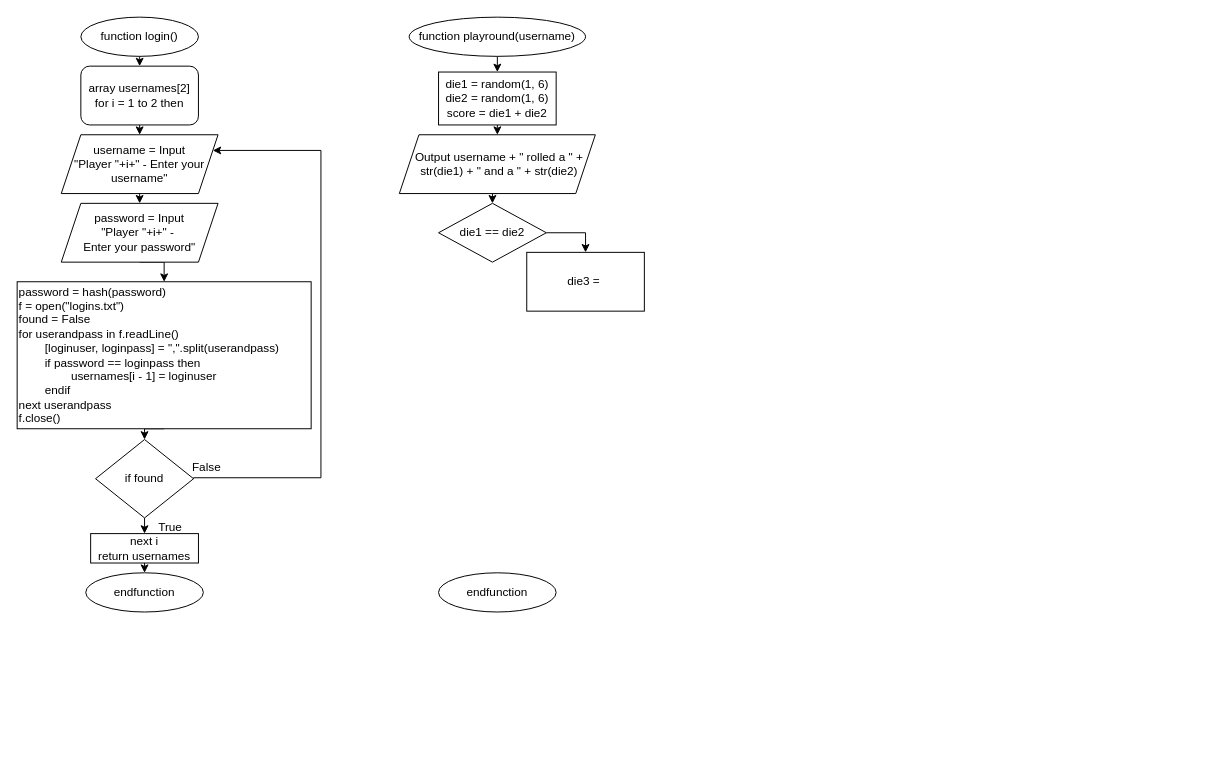
tpguy825/draw.io keeps this draw.io diagram as flowchart.drawio. Above is the earlier version. Source tidied: cells renumbered, new cells numbered last; positions are measured from the earlier drawing's top-left corner, leaving out a move shared by most shapes. Both pictures are drawn from the tidied source at 98%, with x=0, y=0 at pixel (17, 17).
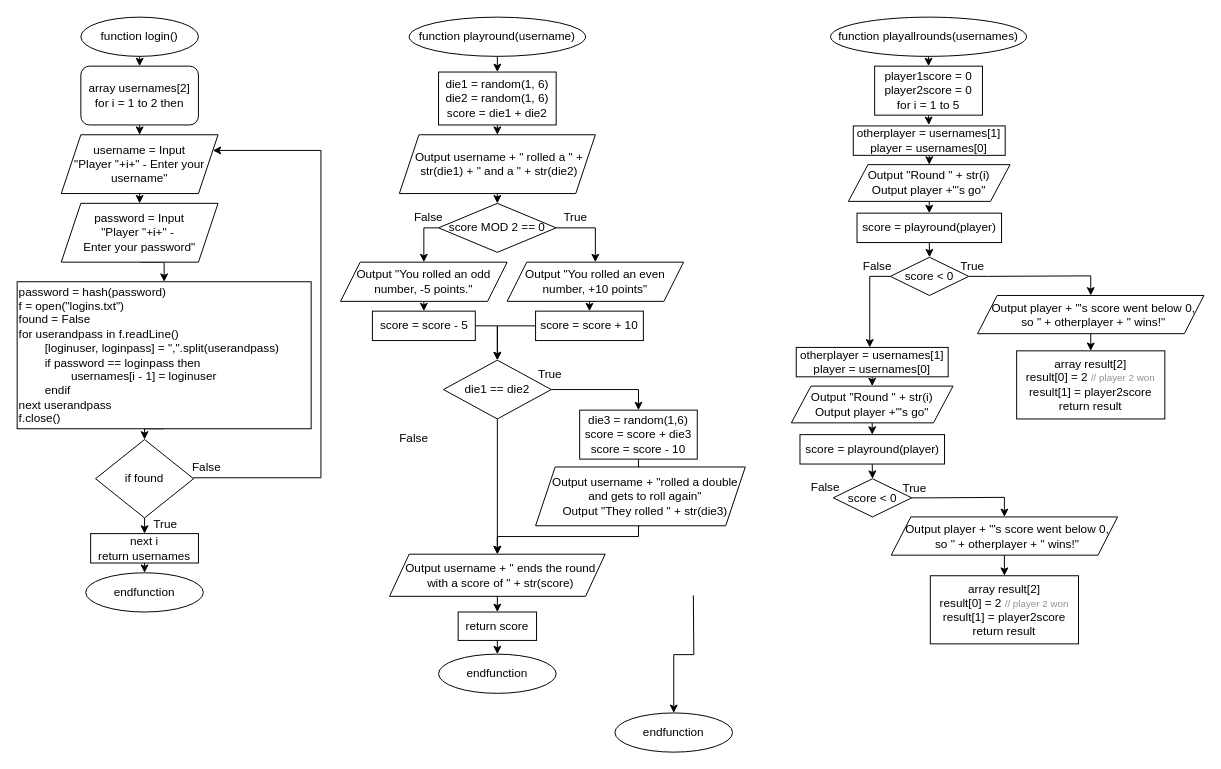
Above is the later version.

Unchanged cells that the change refers to:
```xml
<mxCell id="31" value="Output username + &quot; rolled a &quot; + str(die1) + &quot; and a &quot; + str(die2)" style="shape=parallelogram;perimeter=parallelogramPerimeter;whiteSpace=wrap;html=1;fixedSize=1;spacingLeft=4;" parent="1" vertex="1">
  <mxGeometry x="390" y="120" width="200" height="60" as="geometry" />
</mxCell>
```

Diff of the diagram source:
```diff
@@
     <mxCell id="19" value="True" style="text;html=1;align=center;verticalAlign=middle;strokeColor=none;fillColor=none;" parent="1" vertex="1">
-      <mxGeometry x="131" y="506" width="50" height="30" as="geometry" />
+      <mxGeometry x="126" y="503" width="50" height="30" as="geometry" />
     </mxCell>
@@
     <mxCell id="26" value="endfunction" style="ellipse;whiteSpace=wrap;html=1;" parent="1" vertex="1">
-      <mxGeometry x="430" y="567" width="120" height="40" as="geometry" />
+      <mxGeometry x="430" y="650" width="120" height="40" as="geometry" />
     </mxCell>
@@
-    <mxCell id="30" style="edgeStyle=orthogonalEdgeStyle;rounded=0;jettySize=auto;html=1;exitX=0.5;exitY=1;exitDx=0;exitDy=0;entryX=0.5;entryY=0;entryDx=0;entryDy=0;" parent="1" edge="1" source="31" target="33">
-      <mxGeometry relative="1" as="geometry" />
-    </mxCell>
+    <mxCell id="35" style="edgeStyle=orthogonalEdgeStyle;rounded=0;jettySize=auto;html=1;exitX=0.5;exitY=1;exitDx=0;exitDy=0;entryX=0.5;entryY=0;entryDx=0;entryDy=0;" parent="1" edge="1" source="31" target="43">
+      <mxGeometry relative="1" as="geometry" />
+    </mxCell>
@@
-    <mxCell id="32" style="edgeStyle=orthogonalEdgeStyle;rounded=0;jettySize=auto;html=1;exitX=1;exitY=0.5;exitDx=0;exitDy=0;" parent="1" edge="1" source="33" target="34">
+    <mxCell id="32" style="edgeStyle=orthogonalEdgeStyle;rounded=0;jettySize=auto;html=1;exitX=1;exitY=0.5;exitDx=0;exitDy=0;entryX=0.5;entryY=0;entryDx=0;entryDy=0;" parent="1" edge="1" source="33" target="34">
       <mxGeometry relative="1" as="geometry" />
     </mxCell>
+    <mxCell id="36" style="edgeStyle=orthogonalEdgeStyle;rounded=0;jettySize=auto;html=1;exitX=0.5;exitY=1;exitDx=0;exitDy=0;" parent="1" edge="1" source="33" target="56">
+      <mxGeometry relative="1" as="geometry" />
+    </mxCell>
     <mxCell id="33" value="die1 == die2" style="rhombus;whiteSpace=wrap;html=1;" parent="1" vertex="1">
-      <mxGeometry x="430" y="190" width="110" height="60" as="geometry" />
+      <mxGeometry x="435" y="350" width="110" height="60" as="geometry" />
     </mxCell>
+    <mxCell id="37" style="edgeStyle=orthogonalEdgeStyle;rounded=0;jettySize=auto;html=1;exitX=0.5;exitY=1;exitDx=0;exitDy=0;" parent="1" edge="1" source="34" target="39">
+      <mxGeometry relative="1" as="geometry" />
+    </mxCell>
-    <mxCell id="34" value="die3 =&amp;nbsp;" style="rounded=0;whiteSpace=wrap;html=1;" parent="1" vertex="1">
-      <mxGeometry x="520" y="240" width="120" height="60" as="geometry" />
+    <mxCell id="34" value="die3 = random(1,6)&lt;br&gt;score = score + die3&lt;br&gt;score = score - 10" style="rounded=0;whiteSpace=wrap;html=1;" parent="1" vertex="1">
+      <mxGeometry x="574" y="401" width="120" height="50" as="geometry" />
     </mxCell>
+    <mxCell id="38" style="edgeStyle=orthogonalEdgeStyle;rounded=0;jettySize=auto;html=1;exitX=0.5;exitY=1;exitDx=0;exitDy=0;entryX=0.5;entryY=0;entryDx=0;entryDy=0;" parent="1" edge="1" source="39" target="56">
+      <mxGeometry relative="1" as="geometry">
+        <Array as="points">
+          <mxPoint x="634" y="530" />
+          <mxPoint x="490" y="530" />
+        </Array>
+      </mxGeometry>
+    </mxCell>
+    <mxCell id="39" value="Output username + &quot;rolled a double and gets to roll again&quot;&lt;br&gt;Output &quot;They rolled &quot; + str(die3)" style="shape=parallelogram;perimeter=parallelogramPerimeter;whiteSpace=wrap;html=1;fixedSize=1;size=20;spacingLeft=10;direction=east;" parent="1" vertex="1">
+      <mxGeometry x="529" y="459" width="214" height="60" as="geometry" />
+    </mxCell>
+    <mxCell id="40" value="True" style="text;html=1;strokeColor=none;fillColor=none;align=center;verticalAlign=middle;whiteSpace=wrap;rounded=0;" parent="1" vertex="1">
+      <mxGeometry x="514" y="350" width="60" height="30" as="geometry" />
+    </mxCell>
+    <mxCell id="41" style="edgeStyle=orthogonalEdgeStyle;rounded=0;jettySize=auto;html=1;exitX=0;exitY=0.5;exitDx=0;exitDy=0;entryX=0.5;entryY=0;entryDx=0;entryDy=0;" parent="1" edge="1" source="43" target="45">
+      <mxGeometry relative="1" as="geometry" />
+    </mxCell>
+    <mxCell id="42" style="edgeStyle=orthogonalEdgeStyle;rounded=0;jettySize=auto;html=1;exitX=1;exitY=0.5;exitDx=0;exitDy=0;" parent="1" edge="1" source="43" target="48">
+      <mxGeometry relative="1" as="geometry" />
+    </mxCell>
+    <mxCell id="43" value="score MOD 2 == 0" style="rhombus;whiteSpace=wrap;html=1;" parent="1" vertex="1">
+      <mxGeometry x="430" y="190" width="120" height="50" as="geometry" />
+    </mxCell>
+    <mxCell id="44" style="edgeStyle=orthogonalEdgeStyle;rounded=0;jettySize=auto;html=1;exitX=0.5;exitY=1;exitDx=0;exitDy=0;entryX=0.5;entryY=0;entryDx=0;entryDy=0;" parent="1" edge="1" source="45" target="51">
+      <mxGeometry relative="1" as="geometry" />
+    </mxCell>
+    <mxCell id="45" value="Output &quot;You rolled an odd number, -5 points.&quot;" style="shape=parallelogram;perimeter=parallelogramPerimeter;whiteSpace=wrap;html=1;fixedSize=1;" parent="1" vertex="1">
+      <mxGeometry x="330" y="250" width="170" height="40" as="geometry" />
+    </mxCell>
+    <mxCell id="46" value="False" style="text;html=1;strokeColor=none;fillColor=none;align=center;verticalAlign=middle;whiteSpace=wrap;rounded=0;" parent="1" vertex="1">
+      <mxGeometry x="390" y="190" width="60" height="30" as="geometry" />
+    </mxCell>
+    <mxCell id="47" style="edgeStyle=orthogonalEdgeStyle;rounded=0;jettySize=auto;html=1;exitX=0.5;exitY=1;exitDx=0;exitDy=0;entryX=0.5;entryY=0;entryDx=0;entryDy=0;" parent="1" edge="1" source="48" target="53">
+      <mxGeometry relative="1" as="geometry" />
+    </mxCell>
+    <mxCell id="48" value="Output &quot;You rolled an even number, +10 points&quot;" style="shape=parallelogram;perimeter=parallelogramPerimeter;whiteSpace=wrap;html=1;fixedSize=1;" parent="1" vertex="1">
+      <mxGeometry x="500" y="250" width="180" height="40" as="geometry" />
+    </mxCell>
+    <mxCell id="49" value="True" style="text;html=1;strokeColor=none;fillColor=none;align=center;verticalAlign=middle;whiteSpace=wrap;rounded=0;" parent="1" vertex="1">
+      <mxGeometry x="540" y="190" width="60" height="30" as="geometry" />
+    </mxCell>
+    <mxCell id="50" style="edgeStyle=orthogonalEdgeStyle;rounded=0;jettySize=auto;html=1;exitX=1;exitY=0.5;exitDx=0;exitDy=0;entryX=0.5;entryY=0;entryDx=0;entryDy=0;" parent="1" edge="1" source="51" target="33">
+      <mxGeometry relative="1" as="geometry" />
+    </mxCell>
+    <mxCell id="51" value="score = score - 5" style="rounded=0;whiteSpace=wrap;html=1;" parent="1" vertex="1">
+      <mxGeometry x="362.5" y="300" width="105" height="30" as="geometry" />
+    </mxCell>
+    <mxCell id="52" style="edgeStyle=orthogonalEdgeStyle;rounded=0;jettySize=auto;html=1;exitX=0;exitY=0.5;exitDx=0;exitDy=0;entryX=0.5;entryY=0;entryDx=0;entryDy=0;" parent="1" edge="1" source="53" target="33">
+      <mxGeometry relative="1" as="geometry" />
+    </mxCell>
+    <mxCell id="53" value="score = score + 10" style="rounded=0;whiteSpace=wrap;html=1;" parent="1" vertex="1">
+      <mxGeometry x="529" y="300" width="110" height="30" as="geometry" />
+    </mxCell>
+    <mxCell id="54" value="False" style="text;html=1;strokeColor=none;fillColor=none;align=center;verticalAlign=middle;whiteSpace=wrap;rounded=0;" parent="1" vertex="1">
+      <mxGeometry x="375" y="415" width="60" height="30" as="geometry" />
+    </mxCell>
+    <mxCell id="55" style="edgeStyle=orthogonalEdgeStyle;rounded=0;jettySize=auto;html=1;exitX=0.5;exitY=1;exitDx=0;exitDy=0;entryX=0.5;entryY=0;entryDx=0;entryDy=0;" parent="1" edge="1" source="56" target="58">
+      <mxGeometry relative="1" as="geometry" />
+    </mxCell>
+    <mxCell id="56" value="Output username + &quot; ends the round with a score of &quot; + str(score)" style="shape=parallelogram;perimeter=parallelogramPerimeter;whiteSpace=wrap;html=1;fixedSize=1;spacingLeft=7;" parent="1" vertex="1">
+      <mxGeometry x="380" y="548" width="220" height="43" as="geometry" />
+    </mxCell>
+    <mxCell id="57" style="edgeStyle=orthogonalEdgeStyle;rounded=0;jettySize=auto;html=1;exitX=0.5;exitY=1;exitDx=0;exitDy=0;entryX=0.5;entryY=0;entryDx=0;entryDy=0;" parent="1" edge="1" source="58" target="26">
+      <mxGeometry relative="1" as="geometry" />
+    </mxCell>
+    <mxCell id="58" value="return score" style="rounded=0;whiteSpace=wrap;html=1;" parent="1" vertex="1">
+      <mxGeometry x="450" y="607" width="80" height="29" as="geometry" />
+    </mxCell>
+    <mxCell id="59" style="edgeStyle=orthogonalEdgeStyle;rounded=0;jettySize=auto;html=1;exitX=0.5;exitY=1;exitDx=0;exitDy=0;entryX=0.5;entryY=0;entryDx=0;entryDy=0;" parent="1" edge="1" source="60" target="64">
+      <mxGeometry relative="1" as="geometry" />
+    </mxCell>
+    <mxCell id="60" value="function playallrounds(usernames)" style="ellipse;whiteSpace=wrap;html=1;" parent="1" vertex="1">
+      <mxGeometry x="830" width="200" height="40" as="geometry" />
+    </mxCell>
+    <mxCell id="61" value="endfunction" style="ellipse;whiteSpace=wrap;html=1;" parent="1" vertex="1">
+      <mxGeometry x="610" y="710" width="120" height="40" as="geometry" />
+    </mxCell>
+    <mxCell id="62" style="edgeStyle=orthogonalEdgeStyle;rounded=0;jettySize=auto;html=1;exitX=0.5;exitY=1;exitDx=0;exitDy=0;entryX=0.5;entryY=0;entryDx=0;entryDy=0;" parent="1" edge="1" target="67">
+      <mxGeometry relative="1" as="geometry">
+        <mxPoint x="931" y="111" as="sourcePoint" />
+      </mxGeometry>
+    </mxCell>
+    <mxCell id="63" style="edgeStyle=orthogonalEdgeStyle;rounded=0;jettySize=auto;html=1;exitX=0.5;exitY=1;exitDx=0;exitDy=0;" parent="1" edge="1" source="64">
+      <mxGeometry relative="1" as="geometry">
+        <mxPoint x="930.3" y="110" as="targetPoint" />
+      </mxGeometry>
+    </mxCell>
+    <mxCell id="64" value="player1score = 0&lt;br&gt;player2score = 0&lt;br&gt;for i = 1 to 5" style="rounded=0;whiteSpace=wrap;html=1;" parent="1" vertex="1">
+      <mxGeometry x="875" y="50" width="110" height="50" as="geometry" />
+    </mxCell>
+    <mxCell id="65" style="edgeStyle=orthogonalEdgeStyle;rounded=0;jettySize=auto;html=1;entryX=0.5;entryY=0;entryDx=0;entryDy=0;" parent="1" edge="1" target="61">
+      <mxGeometry relative="1" as="geometry">
+        <mxPoint x="690" y="590" as="sourcePoint" />
+      </mxGeometry>
+    </mxCell>
+    <mxCell id="66" style="edgeStyle=orthogonalEdgeStyle;rounded=0;jettySize=auto;html=1;exitX=0.5;exitY=1;exitDx=0;exitDy=0;entryX=0.5;entryY=0;entryDx=0;entryDy=0;" parent="1" edge="1" source="67" target="69">
+      <mxGeometry relative="1" as="geometry" />
+    </mxCell>
+    <mxCell id="67" value="otherplayer = usernames[1]&lt;br&gt;player = usernames[0]" style="rounded=0;whiteSpace=wrap;html=1;align=center;" parent="1" vertex="1">
+      <mxGeometry x="853.2" y="111" width="155" height="30" as="geometry" />
+    </mxCell>
+    <mxCell id="68" style="edgeStyle=orthogonalEdgeStyle;rounded=0;jettySize=auto;html=1;exitX=0.5;exitY=1;exitDx=0;exitDy=0;entryX=0.5;entryY=0;entryDx=0;entryDy=0;" parent="1" edge="1" source="69" target="71">
+      <mxGeometry relative="1" as="geometry" />
+    </mxCell>
+    <mxCell id="69" value="Output &quot;Round &quot; + str(i)&lt;br&gt;Output player +&quot;'s go&quot;" style="shape=parallelogram;perimeter=parallelogramPerimeter;whiteSpace=wrap;html=1;fixedSize=1;rounded=0;" parent="1" vertex="1">
+      <mxGeometry x="848.2" y="150.5" width="165" height="37.5" as="geometry" />
+    </mxCell>
+    <mxCell id="70" style="edgeStyle=orthogonalEdgeStyle;rounded=0;jettySize=auto;html=1;exitX=0.5;exitY=1;exitDx=0;exitDy=0;entryX=0.5;entryY=0;entryDx=0;entryDy=0;" parent="1" edge="1" source="71" target="74">
+      <mxGeometry relative="1" as="geometry" />
+    </mxCell>
+    <mxCell id="71" value="score = playround(player)" style="whiteSpace=wrap;html=1;rounded=0;" parent="1" vertex="1">
+      <mxGeometry x="857" y="200" width="147.5" height="30" as="geometry" />
+    </mxCell>
+    <mxCell id="72" style="edgeStyle=orthogonalEdgeStyle;rounded=0;jettySize=auto;html=1;exitX=1;exitY=0.5;exitDx=0;exitDy=0;entryX=0.5;entryY=0;entryDx=0;entryDy=0;" parent="1" edge="1" source="74" target="76">
+      <mxGeometry relative="1" as="geometry" />
+    </mxCell>
+    <mxCell id="73" style="edgeStyle=orthogonalEdgeStyle;rounded=0;jettySize=auto;html=1;exitX=0;exitY=0.5;exitDx=0;exitDy=0;" parent="1" edge="1" source="74" target="82">
+      <mxGeometry relative="1" as="geometry">
+        <Array as="points">
+          <mxPoint x="870" y="265" />
+        </Array>
+      </mxGeometry>
+    </mxCell>
+    <mxCell id="74" value="score &amp;lt; 0" style="rhombus;whiteSpace=wrap;html=1;" parent="1" vertex="1">
+      <mxGeometry x="891" y="245" width="80" height="39" as="geometry" />
+    </mxCell>
+    <mxCell id="75" style="edgeStyle=orthogonalEdgeStyle;rounded=0;jettySize=auto;html=1;exitX=0.5;exitY=1;exitDx=0;exitDy=0;entryX=0.5;entryY=0;entryDx=0;entryDy=0;" parent="1" edge="1" source="76" target="77">
+      <mxGeometry relative="1" as="geometry" />
+    </mxCell>
+    <mxCell id="76" value="Output player + &quot;'s score went below 0, so &quot; + otherplayer + &quot; wins!&quot;" style="shape=parallelogram;perimeter=parallelogramPerimeter;whiteSpace=wrap;html=1;fixedSize=1;spacingLeft=6;" parent="1" vertex="1">
+      <mxGeometry x="980" y="284" width="231" height="39" as="geometry" />
+    </mxCell>
+    <mxCell id="77" value="array result[2]&lt;br&gt;result[0] = 2 &lt;font color=&quot;#919191&quot; style=&quot;font-size: 10px;&quot;&gt;// player 2 won&lt;/font&gt;&lt;br&gt;result[1] = player2score&lt;br&gt;return result" style="rounded=0;whiteSpace=wrap;html=1;" parent="1" vertex="1">
+      <mxGeometry x="1019.9" y="340.5" width="151.2" height="69.5" as="geometry" />
+    </mxCell>
+    <mxCell id="78" value="True" style="text;html=1;strokeColor=none;fillColor=none;align=center;verticalAlign=middle;whiteSpace=wrap;rounded=0;" parent="1" vertex="1">
+      <mxGeometry x="944.5" y="240" width="60" height="30" as="geometry" />
+    </mxCell>
+    <mxCell id="79" value="False" style="text;html=1;strokeColor=none;fillColor=none;align=center;verticalAlign=middle;whiteSpace=wrap;rounded=0;" parent="1" vertex="1">
+      <mxGeometry x="848.2" y="240" width="60" height="30" as="geometry" />
+    </mxCell>
+    <mxCell id="80" style="edgeStyle=orthogonalEdgeStyle;rounded=0;jettySize=auto;html=1;exitX=0.5;exitY=1;exitDx=0;exitDy=0;entryX=0.5;entryY=0;entryDx=0;entryDy=0;" parent="1" edge="1" target="82">
+      <mxGeometry relative="1" as="geometry">
+        <mxPoint x="872.8" y="337" as="sourcePoint" />
+      </mxGeometry>
+    </mxCell>
+    <mxCell id="81" style="edgeStyle=orthogonalEdgeStyle;rounded=0;jettySize=auto;html=1;exitX=0.5;exitY=1;exitDx=0;exitDy=0;entryX=0.5;entryY=0;entryDx=0;entryDy=0;" parent="1" edge="1" source="82" target="84">
+      <mxGeometry relative="1" as="geometry" />
+    </mxCell>
+    <mxCell id="82" value="otherplayer = usernames[1]&lt;br&gt;player = usernames[0]" style="rounded=0;whiteSpace=wrap;html=1;align=center;" parent="1" vertex="1">
+      <mxGeometry x="795" y="337" width="155" height="30" as="geometry" />
+    </mxCell>
+    <mxCell id="83" style="edgeStyle=orthogonalEdgeStyle;rounded=0;jettySize=auto;html=1;exitX=0.5;exitY=1;exitDx=0;exitDy=0;entryX=0.5;entryY=0;entryDx=0;entryDy=0;" parent="1" edge="1" source="84" target="86">
+      <mxGeometry relative="1" as="geometry" />
+    </mxCell>
+    <mxCell id="84" value="Output &quot;Round &quot; + str(i)&lt;br&gt;Output player +&quot;'s go&quot;" style="shape=parallelogram;perimeter=parallelogramPerimeter;whiteSpace=wrap;html=1;fixedSize=1;rounded=0;" parent="1" vertex="1">
+      <mxGeometry x="790" y="376.5" width="165" height="37.5" as="geometry" />
+    </mxCell>
+    <mxCell id="85" style="edgeStyle=orthogonalEdgeStyle;rounded=0;jettySize=auto;html=1;exitX=0.5;exitY=1;exitDx=0;exitDy=0;entryX=0.5;entryY=0;entryDx=0;entryDy=0;" parent="1" edge="1" source="86" target="88">
+      <mxGeometry relative="1" as="geometry" />
+    </mxCell>
+    <mxCell id="86" value="score = playround(player)" style="whiteSpace=wrap;html=1;rounded=0;" parent="1" vertex="1">
+      <mxGeometry x="798.8" y="426" width="147.5" height="30" as="geometry" />
+    </mxCell>
+    <mxCell id="87" style="edgeStyle=orthogonalEdgeStyle;rounded=0;jettySize=auto;html=1;exitX=1;exitY=0.5;exitDx=0;exitDy=0;entryX=0.5;entryY=0;entryDx=0;entryDy=0;" parent="1" edge="1" source="88" target="90">
+      <mxGeometry relative="1" as="geometry" />
+    </mxCell>
+    <mxCell id="88" value="score &amp;lt; 0" style="rhombus;whiteSpace=wrap;html=1;" parent="1" vertex="1">
+      <mxGeometry x="832.8" y="471" width="80" height="39" as="geometry" />
+    </mxCell>
+    <mxCell id="89" style="edgeStyle=orthogonalEdgeStyle;rounded=0;jettySize=auto;html=1;exitX=0.5;exitY=1;exitDx=0;exitDy=0;entryX=0.5;entryY=0;entryDx=0;entryDy=0;" parent="1" edge="1" source="90" target="91">
+      <mxGeometry relative="1" as="geometry" />
+    </mxCell>
+    <mxCell id="90" value="Output player + &quot;'s score went below 0, so &quot; + otherplayer + &quot; wins!&quot;" style="shape=parallelogram;perimeter=parallelogramPerimeter;whiteSpace=wrap;html=1;fixedSize=1;spacingLeft=6;" parent="1" vertex="1">
+      <mxGeometry x="891.9" y="510" width="231" height="39" as="geometry" />
+    </mxCell>
+    <mxCell id="91" value="array result[2]&lt;br&gt;result[0] = 2 &lt;font color=&quot;#919191&quot; style=&quot;font-size: 10px;&quot;&gt;// player 2 won&lt;/font&gt;&lt;br&gt;result[1] = player2score&lt;br&gt;return result" style="rounded=0;whiteSpace=wrap;html=1;" parent="1" vertex="1">
+      <mxGeometry x="931.8" y="570" width="151.2" height="69.5" as="geometry" />
+    </mxCell>
+    <mxCell id="92" value="True" style="text;html=1;strokeColor=none;fillColor=none;align=center;verticalAlign=middle;whiteSpace=wrap;rounded=0;" parent="1" vertex="1">
+      <mxGeometry x="886.2" y="466" width="60" height="30" as="geometry" />
+    </mxCell>
+    <mxCell id="93" value="False" style="text;html=1;strokeColor=none;fillColor=none;align=center;verticalAlign=middle;whiteSpace=wrap;rounded=0;" parent="1" vertex="1">
+      <mxGeometry x="795" y="465" width="60" height="30" as="geometry" />
+    </mxCell>
```
